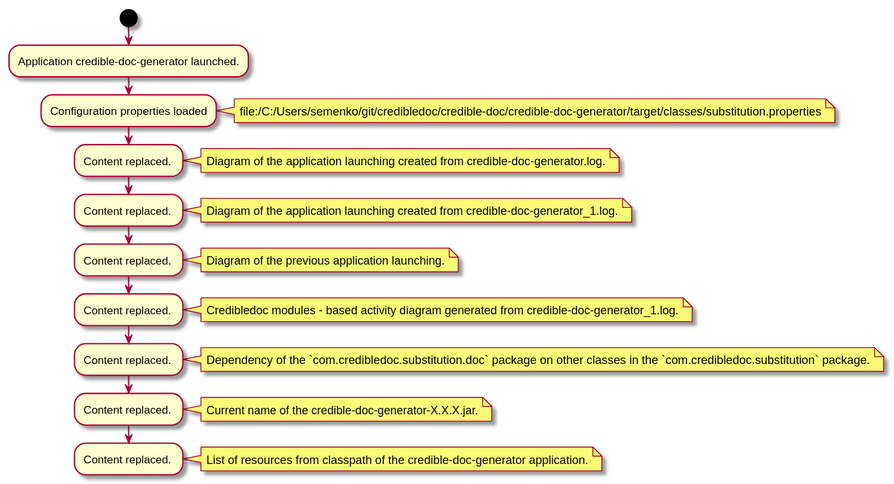
Above: credible-doc-generator/doc/img/diagrams.md_2.svg in credibledoc/credible-doc (PlantUML), before the change.
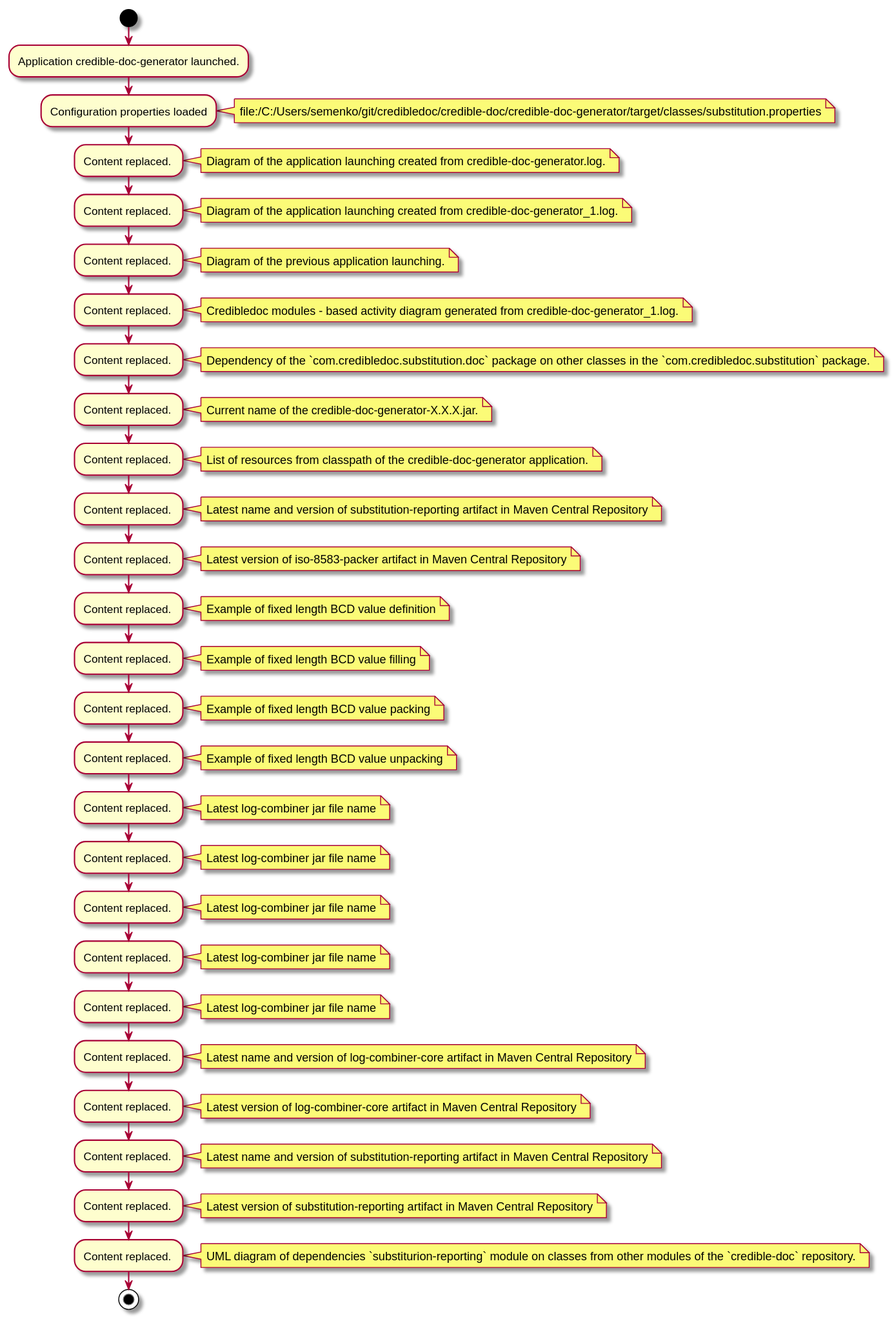
The same file after the commit.

Commit message:
iso-8583-packer - more complex example

The edit, as a diff of the source:
```diff
@@ -42,4 +42,86 @@
 List of resources from classpath of the credible-doc-generator application.
 end note
 
+:Content replaced. ;
+note right
+Latest name and version of substitution-reporting artifact in Maven Central Repository
+end note
+
+:Content replaced. ;
+note right
+Latest version of iso-8583-packer artifact in Maven Central Repository
+end note
+
+:Content replaced. ;
+note right
+Example of fixed length BCD value definition
+end note
+
+:Content replaced. ;
+note right
+Example of fixed length BCD value filling
+end note
+
+:Content replaced. ;
+note right
+Example of fixed length BCD value packing
+end note
+
+:Content replaced. ;
+note right
+Example of fixed length BCD value unpacking
+end note
+
+:Content replaced. ;
+note right
+Latest log-combiner jar file name
+end note
+
+:Content replaced. ;
+note right
+Latest log-combiner jar file name
+end note
+
+:Content replaced. ;
+note right
+Latest log-combiner jar file name
+end note
+
+:Content replaced. ;
+note right
+Latest log-combiner jar file name
+end note
+
+:Content replaced. ;
+note right
+Latest log-combiner jar file name
+end note
+
+:Content replaced. ;
+note right
+Latest name and version of log-combiner-core artifact in Maven Central Repository
+end note
+
+:Content replaced. ;
+note right
+Latest version of log-combiner-core artifact in Maven Central Repository
+end note
+
+:Content replaced. ;
+note right
+Latest name and version of substitution-reporting artifact in Maven Central Repository
+end note
+
+:Content replaced. ;
+note right
+Latest version of substitution-reporting artifact in Maven Central Repository
+end note
+
+:Content replaced. ;
+note right
+UML diagram of dependencies `substiturion-reporting` module on classes from other modules of the `credible-doc` repository.
+end note
+
+stop
+
 @enduml
```
